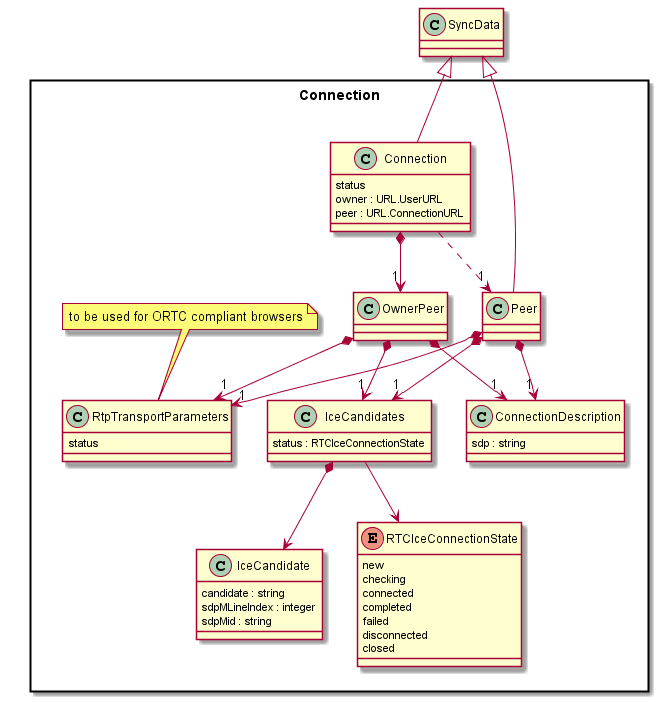
Above: docs/datamodel/Connection-Data-Object-Model.png in reTHINK-project/dev-service-framework (PlantUML), before the change.
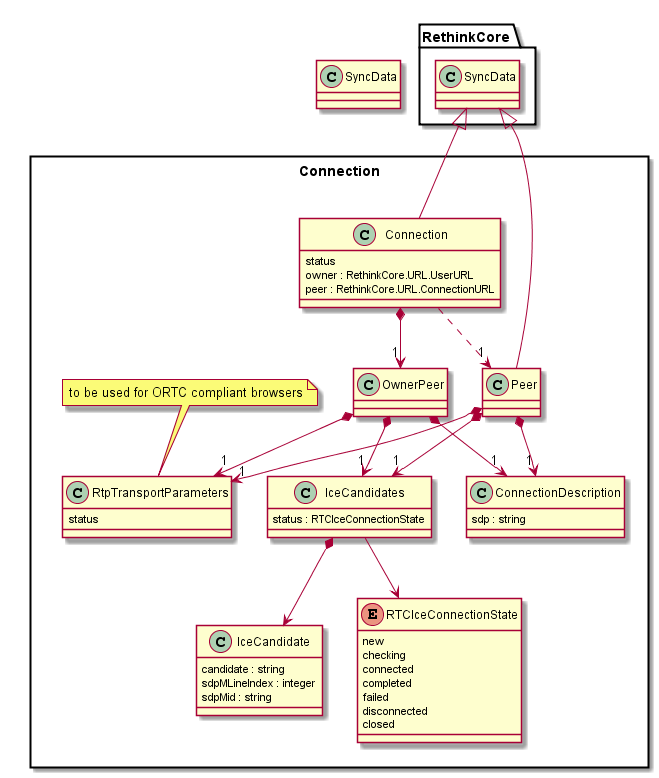
The same file after the commit.

The edit, as a diff of the source:
```diff
@@ -7,8 +7,8 @@
 
 	class Connection {
 		status
-		owner : URL.UserURL
-		peer : URL.ConnectionURL
+		owner : RethinkCore.URL.UserURL
+		peer : RethinkCore.URL.ConnectionURL
 	}
 
   class OwnerPeer {
@@ -46,8 +46,8 @@
 	    closed
 	}
 
-	Connection -up-|> SyncData
-	Peer -up-|> SyncData
+	Connection -up-|> RethinkCore.SyncData
+	Peer -up-|> RethinkCore.SyncData
 
 
 	Connection *--> "1" OwnerPeer
```
